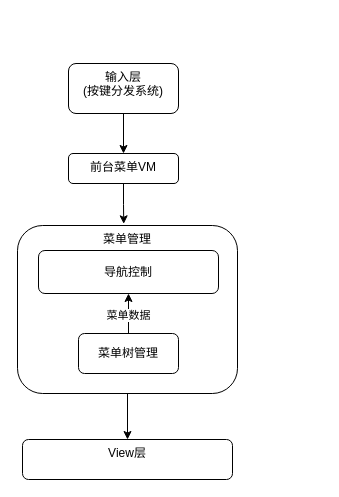
Earlier version of the draw.io diagram PDR/菜单管理.drawio (liyunhao2/technology). Source tidied: cells renumbered, new cells numbered last; positions are measured from the earlier drawing's top-left corner, leaving out a move shared by most shapes. Both pictures are drawn from the tidied source at 100%, with x=0, y=0 at pixel (17, 63).
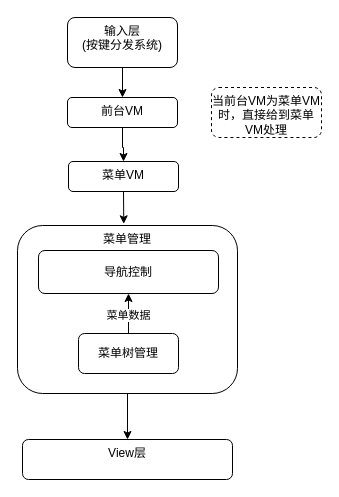
Above is the later version.

Commit message (it also covers changes not shown here):
更新菜单管理.drawio

Change to the diagram source:
```diff
@@
 <mxGraphModel>
   <root>
     <mxCell id="0" />
     <mxCell id="1" parent="0" />
     <mxCell id="2" value="View层" style="rounded=1;whiteSpace=wrap;html=1;fontSize=12;fontStyle=0;verticalAlign=top;" parent="1" vertex="1">
       <mxGeometry x="5" y="376" width="210" height="40" as="geometry" />
     </mxCell>
     <mxCell id="3" value="菜单管理" style="rounded=1;whiteSpace=wrap;html=1;fontSize=12;verticalAlign=top;" parent="1" vertex="1">
       <mxGeometry y="162" width="220" height="168" as="geometry" />
     </mxCell>
     <mxCell id="4" value="输入层&lt;br&gt;(按键分发系统)" style="rounded=1;whiteSpace=wrap;html=1;fontSize=12;fontStyle=0;verticalAlign=top;" parent="1" vertex="1">
-      <mxGeometry x="51" width="110" height="50" as="geometry" />
+      <mxGeometry x="50" y="-46" width="110" height="50" as="geometry" />
     </mxCell>
     <mxCell id="5" value="导航控制" style="rounded=1;whiteSpace=wrap;html=1;fontSize=12;" parent="1" vertex="1">
       <mxGeometry x="21" y="187" width="180" height="43" as="geometry" />
     </mxCell>
     <mxCell id="6" value="菜单树管理" style="rounded=1;whiteSpace=wrap;html=1;fontSize=12;fontStyle=0;" parent="1" vertex="1">
       <mxGeometry x="61" y="270" width="100" height="40" as="geometry" />
     </mxCell>
-    <mxCell id="7" value="前台菜单VM" style="rounded=1;whiteSpace=wrap;html=1;fontSize=12;fontStyle=0;verticalAlign=top;" parent="1" vertex="1">
-      <mxGeometry x="51" y="90" width="110" height="30" as="geometry" />
+    <mxCell id="7" value="菜单VM" style="rounded=1;whiteSpace=wrap;html=1;fontSize=12;fontStyle=0;verticalAlign=top;" parent="1" vertex="1">
+      <mxGeometry x="51" y="98" width="110" height="30" as="geometry" />
     </mxCell>
-    <mxCell id="8" style="edgeStyle=orthogonalEdgeStyle;rounded=0;jettySize=auto;html=1;exitX=0.5;exitY=1;exitDx=0;exitDy=0;" parent="1" edge="1" source="4" target="7">
+    <mxCell id="8" style="edgeStyle=orthogonalEdgeStyle;rounded=0;jettySize=auto;html=1;exitX=0.5;exitY=1;exitDx=0;exitDy=0;" parent="1" edge="1" source="4" target="13">
       <mxGeometry relative="1" as="geometry" />
     </mxCell>
     <mxCell id="9" style="edgeStyle=orthogonalEdgeStyle;rounded=0;jettySize=auto;html=1;exitX=0.5;exitY=1;exitDx=0;exitDy=0;entryX=0.483;entryY=-0.01;entryDx=0;entryDy=0;entryPerimeter=0;" parent="1" edge="1" source="7" target="3">
       <mxGeometry relative="1" as="geometry" />
     </mxCell>
     <mxCell id="10" style="edgeStyle=orthogonalEdgeStyle;rounded=0;jettySize=auto;html=1;exitX=0.5;exitY=0;exitDx=0;exitDy=0;entryX=0.5;entryY=1;entryDx=0;entryDy=0;" parent="1" edge="1" source="6" target="5">
       <mxGeometry relative="1" as="geometry" />
     </mxCell>
     <mxCell id="11" value="菜单数据" style="edgeLabel;html=1;align=center;verticalAlign=middle;" parent="10" vertex="1">
       <mxGeometry x="-0.05" y="1" relative="1" as="geometry" />
     </mxCell>
     <mxCell id="12" style="edgeStyle=orthogonalEdgeStyle;rounded=0;jettySize=auto;html=1;exitX=0.5;exitY=1;exitDx=0;exitDy=0;entryX=0.5;entryY=0;entryDx=0;entryDy=0;" parent="1" edge="1" source="3" target="2">
       <mxGeometry relative="1" as="geometry" />
     </mxCell>
+    <mxCell id="13" value="前台VM" style="rounded=1;whiteSpace=wrap;html=1;fontSize=12;fontStyle=0;verticalAlign=top;" parent="1" vertex="1">
+      <mxGeometry x="50" y="34" width="110" height="30" as="geometry" />
+    </mxCell>
+    <mxCell id="14" style="edgeStyle=orthogonalEdgeStyle;rounded=0;jettySize=auto;html=1;exitX=0.5;exitY=1;exitDx=0;exitDy=0;" parent="1" edge="1" source="13" target="7">
+      <mxGeometry relative="1" as="geometry" />
+    </mxCell>
+    <mxCell id="15" value="当前台VM为菜单VM时，直接给到菜单VM处理" style="rounded=1;whiteSpace=wrap;html=1;fontSize=12;fontStyle=0;verticalAlign=top;dashed=1;" parent="1" vertex="1">
+      <mxGeometry x="194" y="24" width="110" height="50" as="geometry" />
+    </mxCell>
   </root>
 </mxGraphModel>
```
